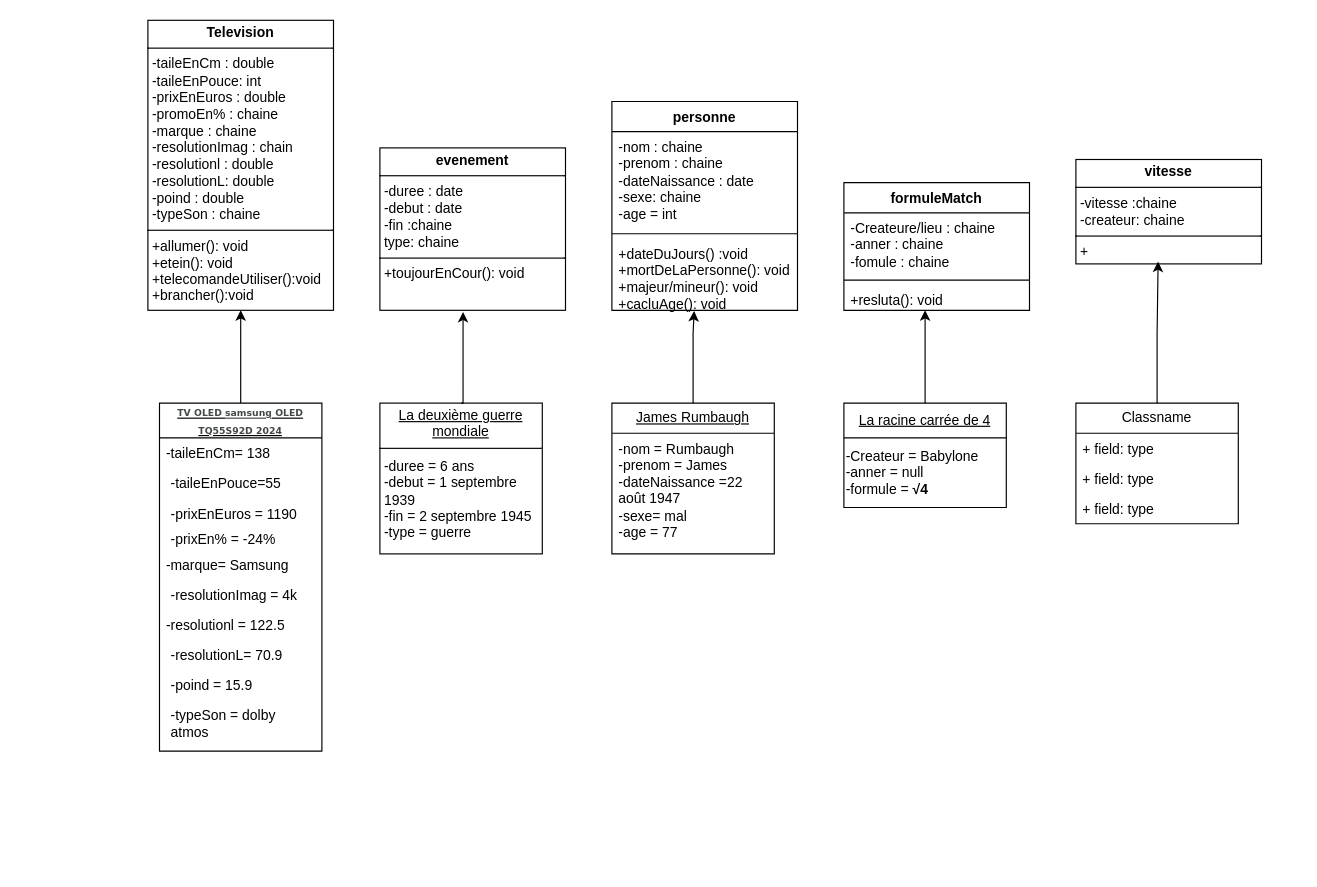
The draw.io diagram 04-Object/exo/2_exo_page_2.drawio in BenjaminHerault/DWWM_2409_HB, before the edit. Source tidied: cells renumbered, new cells numbered last; positions are measured from the earlier drawing's top-left corner, leaving out a move shared by most shapes. Both pictures are drawn from the tidied source at 116%, with x=0, y=0 at pixel (147, 20).
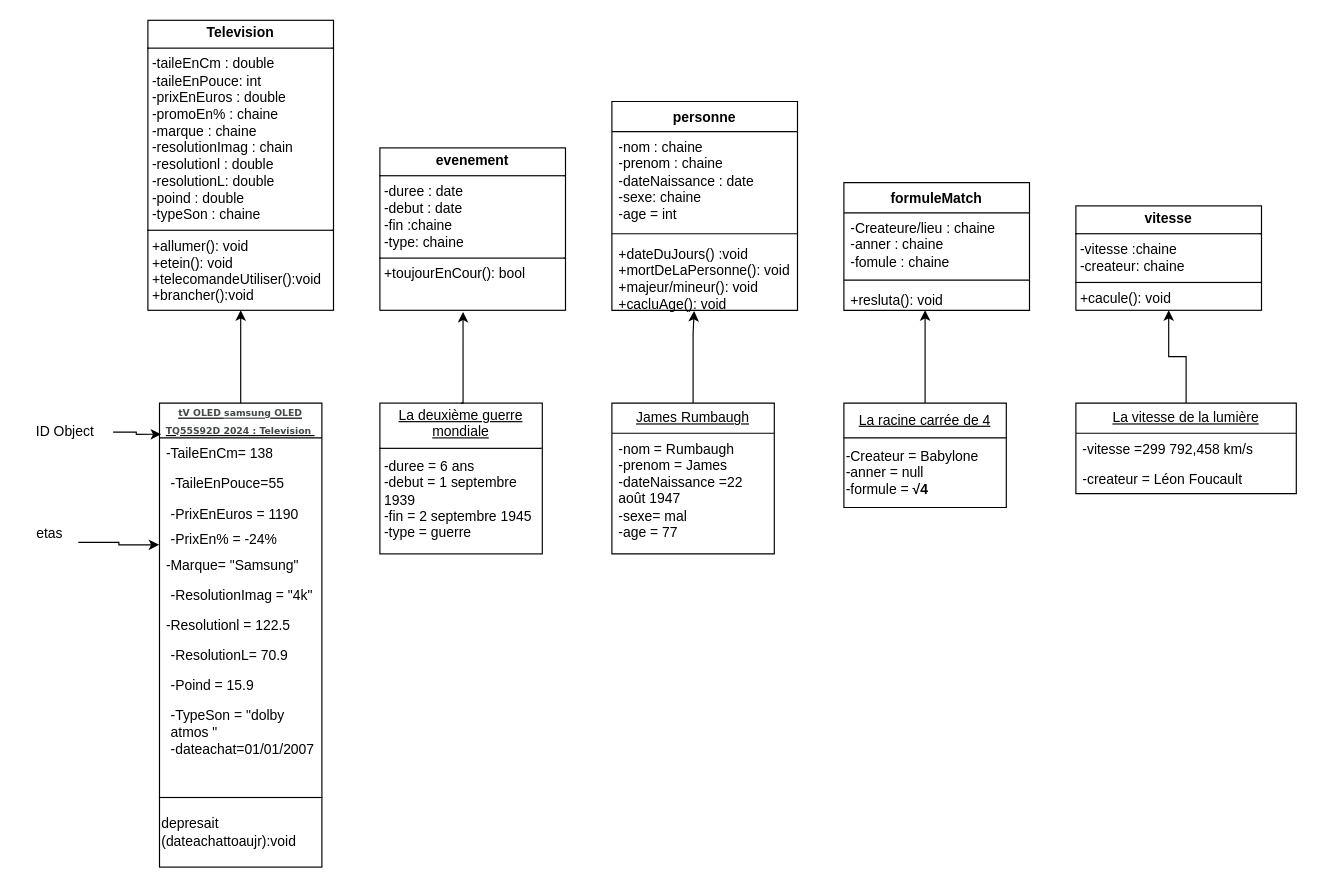
Above is the later version.

Diff of the diagram source:
```diff
@@
-    <mxCell id="4" value="&lt;font style=&quot;font-size: 8px;&quot;&gt;&lt;u&gt;&lt;span style=&quot;color: rgb(67, 71, 72); font-family: Poppins, Poppins-fallback, Verdana, sans-serif; font-weight: 700; text-align: start; background-color: rgb(255, 255, 255);&quot;&gt;TV OLED&amp;nbsp;&lt;/span&gt;&lt;a style=&quot;box-sizing: inherit; background-color: rgb(255, 255, 255); margin: 0px; padding: 0px; border: 0px; font-variant-numeric: inherit; font-variant-east-asian: inherit; font-variant-alternates: inherit; font-variant-position: inherit; font-weight: 700; font-stretch: inherit; line-height: inherit; font-family: Poppins, Poppins-fallback, Verdana, sans-serif; font-optical-sizing: inherit; font-size-adjust: inherit; font-kerning: inherit; font-feature-settings: inherit; font-variation-settings: inherit; color: rgb(67, 71, 72); display: inline-block; text-transform: lowercase; text-align: start;&quot; aria-label=&quot;Voir les produits de la marque SAMSUNG&quot; href=&quot;https://www.boulanger.com/marque/samsung&quot;&gt;SAMSUNG&lt;/a&gt;&lt;span style=&quot;color: rgb(67, 71, 72); font-family: Poppins, Poppins-fallback, Verdana, sans-serif; font-weight: 700; text-align: start; background-color: rgb(255, 255, 255);&quot;&gt;&amp;nbsp;OLED TQ55S92D 2024&lt;/span&gt;&lt;/u&gt;&lt;/font&gt;" style="swimlane;fontStyle=0;horizontal=1;startSize=30;fillColor=none;whiteSpace=wrap;html=1;" parent="1" vertex="1">
-      <mxGeometry x="10" y="330" width="140" height="300" as="geometry" />
+    <mxCell id="4" value="&lt;font style=&quot;font-size: 8px;&quot;&gt;&lt;u&gt;&lt;span style=&quot;color: rgb(67, 71, 72); font-family: Poppins, Poppins-fallback, Verdana, sans-serif; font-weight: 700; text-align: start; background-color: rgb(255, 255, 255);&quot;&gt;tV OLED&amp;nbsp;&lt;/span&gt;&lt;a style=&quot;box-sizing: inherit; background-color: rgb(255, 255, 255); margin: 0px; padding: 0px; border: 0px; font-variant-numeric: inherit; font-variant-east-asian: inherit; font-variant-alternates: inherit; font-variant-position: inherit; font-weight: 700; font-stretch: inherit; line-height: inherit; font-family: Poppins, Poppins-fallback, Verdana, sans-serif; font-optical-sizing: inherit; font-size-adjust: inherit; font-kerning: inherit; font-feature-settings: inherit; font-variation-settings: inherit; color: rgb(67, 71, 72); display: inline-block; text-transform: lowercase; text-align: start;&quot; aria-label=&quot;Voir les produits de la marque SAMSUNG&quot; href=&quot;https://www.boulanger.com/marque/samsung&quot;&gt;SAMSUNG&lt;/a&gt;&lt;span style=&quot;color: rgb(67, 71, 72); font-family: Poppins, Poppins-fallback, Verdana, sans-serif; font-weight: 700; text-align: start; background-color: rgb(255, 255, 255);&quot;&gt;&amp;nbsp;OLED TQ55S92D 2024 : Television&amp;nbsp;&lt;/span&gt;&lt;/u&gt;&lt;/font&gt;" style="swimlane;fontStyle=0;horizontal=1;startSize=30;fillColor=none;whiteSpace=wrap;html=1;" parent="1" vertex="1">
+      <mxGeometry x="10" y="330" width="140" height="340" as="geometry" />
     </mxCell>
-    <mxCell id="5" value="-taileEnCm= 138" style="text;strokeColor=none;fillColor=none;align=left;verticalAlign=top;spacingLeft=4;spacingRight=4;overflow=hidden;whiteSpace=wrap;html=1;" parent="4" vertex="1">
+    <mxCell id="5" value="-TaileEnCm= 138" style="text;strokeColor=none;fillColor=none;align=left;verticalAlign=top;spacingLeft=4;spacingRight=4;overflow=hidden;whiteSpace=wrap;html=1;" parent="4" vertex="1">
       <mxGeometry y="30" width="140" height="26" as="geometry" />
     </mxCell>
-    <mxCell id="6" value="&lt;p style=&quot;margin: 0px 0px 0px 4px;&quot;&gt;-taileEnPouce=55&amp;nbsp;&lt;/p&gt;&lt;div&gt;&lt;br&gt;&lt;/div&gt;" style="text;strokeColor=none;fillColor=none;align=left;verticalAlign=top;spacingLeft=4;spacingRight=4;overflow=hidden;whiteSpace=wrap;html=1;" parent="4" vertex="1">
+    <mxCell id="6" value="&lt;p style=&quot;margin: 0px 0px 0px 4px;&quot;&gt;-TaileEnPouce=55&amp;nbsp;&lt;/p&gt;&lt;div&gt;&lt;br&gt;&lt;/div&gt;" style="text;strokeColor=none;fillColor=none;align=left;verticalAlign=top;spacingLeft=4;spacingRight=4;overflow=hidden;whiteSpace=wrap;html=1;" parent="4" vertex="1">
       <mxGeometry y="56" width="140" height="26" as="geometry" />
     </mxCell>
-    <mxCell id="7" value="&lt;p style=&quot;margin: 0px 0px 0px 4px;&quot;&gt;-prixEnEuros = 1190&amp;nbsp;&lt;/p&gt;&lt;div&gt;&lt;br&gt;&lt;/div&gt;" style="text;strokeColor=none;fillColor=none;align=left;verticalAlign=top;spacingLeft=4;spacingRight=4;overflow=hidden;whiteSpace=wrap;html=1;" parent="4" vertex="1">
+    <mxCell id="7" value="&lt;p style=&quot;margin: 0px 0px 0px 4px;&quot;&gt;-PrixEnEuros = 1190&amp;nbsp;&lt;/p&gt;&lt;div&gt;&lt;br&gt;&lt;/div&gt;" style="text;strokeColor=none;fillColor=none;align=left;verticalAlign=top;spacingLeft=4;spacingRight=4;overflow=hidden;whiteSpace=wrap;html=1;" parent="4" vertex="1">
       <mxGeometry y="82" width="140" height="22" as="geometry" />
     </mxCell>
-    <mxCell id="8" value="&lt;p style=&quot;margin: 0px 0px 0px 4px;&quot;&gt;-prixEn% = -24%&amp;nbsp;&lt;/p&gt;&lt;div&gt;&lt;br&gt;&lt;/div&gt;" style="text;strokeColor=none;fillColor=none;align=left;verticalAlign=top;spacingLeft=4;spacingRight=4;overflow=hidden;points=[[0,0.5],[1,0.5]];portConstraint=eastwest;whiteSpace=wrap;html=1;" parent="4" vertex="1">
+    <mxCell id="8" value="&lt;p style=&quot;margin: 0px 0px 0px 4px;&quot;&gt;-PrixEn% = -24%&amp;nbsp;&lt;/p&gt;&lt;div&gt;&lt;br&gt;&lt;/div&gt;" style="text;strokeColor=none;fillColor=none;align=left;verticalAlign=top;spacingLeft=4;spacingRight=4;overflow=hidden;points=[[0,0.5],[1,0.5]];portConstraint=eastwest;whiteSpace=wrap;html=1;" parent="4" vertex="1">
       <mxGeometry y="104" width="140" height="22" as="geometry" />
     </mxCell>
-    <mxCell id="9" value="-marque= Samsung" style="text;strokeColor=none;fillColor=none;align=left;verticalAlign=top;spacingLeft=4;spacingRight=4;overflow=hidden;whiteSpace=wrap;html=1;" parent="4" vertex="1">
+    <mxCell id="9" value="-Marque= &quot;Samsung&quot;" style="text;strokeColor=none;fillColor=none;align=left;verticalAlign=top;spacingLeft=4;spacingRight=4;overflow=hidden;whiteSpace=wrap;html=1;" parent="4" vertex="1">
       <mxGeometry y="126" width="140" height="26" as="geometry" />
     </mxCell>
-    <mxCell id="10" value="&lt;p style=&quot;margin: 0px 0px 0px 4px;&quot;&gt;-resolutionImag = 4k&amp;nbsp;&lt;/p&gt;&lt;div&gt;&lt;br&gt;&lt;/div&gt;" style="text;strokeColor=none;fillColor=none;align=left;verticalAlign=top;spacingLeft=4;spacingRight=4;overflow=hidden;whiteSpace=wrap;html=1;" parent="4" vertex="1">
+    <mxCell id="10" value="&lt;p style=&quot;margin: 0px 0px 0px 4px;&quot;&gt;-ResolutionImag = &quot;4k&quot;&amp;nbsp;&lt;/p&gt;&lt;div&gt;&lt;br&gt;&lt;/div&gt;" style="text;strokeColor=none;fillColor=none;align=left;verticalAlign=top;spacingLeft=4;spacingRight=4;overflow=hidden;whiteSpace=wrap;html=1;" parent="4" vertex="1">
       <mxGeometry y="152" width="140" height="26" as="geometry" />
     </mxCell>
-    <mxCell id="11" value="-resolutionl = 122.5" style="text;strokeColor=none;fillColor=none;align=left;verticalAlign=top;spacingLeft=4;spacingRight=4;overflow=hidden;whiteSpace=wrap;html=1;" parent="4" vertex="1">
+    <mxCell id="11" value="-Resolutionl = 122.5" style="text;strokeColor=none;fillColor=none;align=left;verticalAlign=top;spacingLeft=4;spacingRight=4;overflow=hidden;whiteSpace=wrap;html=1;" parent="4" vertex="1">
       <mxGeometry y="178" width="140" height="26" as="geometry" />
     </mxCell>
-    <mxCell id="12" value="&lt;p style=&quot;margin: 0px 0px 0px 4px;&quot;&gt;-resolutionL= 70.9&lt;/p&gt;&lt;div&gt;&lt;br&gt;&lt;/div&gt;" style="text;strokeColor=none;fillColor=none;align=left;verticalAlign=top;spacingLeft=4;spacingRight=4;overflow=hidden;whiteSpace=wrap;html=1;" parent="4" vertex="1">
+    <mxCell id="12" value="&lt;p style=&quot;margin: 0px 0px 0px 4px;&quot;&gt;-ResolutionL= 70.9&lt;/p&gt;&lt;div&gt;&lt;br&gt;&lt;/div&gt;" style="text;strokeColor=none;fillColor=none;align=left;verticalAlign=top;spacingLeft=4;spacingRight=4;overflow=hidden;whiteSpace=wrap;html=1;" parent="4" vertex="1">
       <mxGeometry y="204" width="140" height="26" as="geometry" />
     </mxCell>
-    <mxCell id="13" value="&lt;p style=&quot;margin: 0px 0px 0px 4px;&quot;&gt;-poind = 15.9&amp;nbsp;&lt;/p&gt;&lt;div&gt;&lt;br&gt;&lt;/div&gt;" style="text;strokeColor=none;fillColor=none;align=left;verticalAlign=top;spacingLeft=4;spacingRight=4;overflow=hidden;whiteSpace=wrap;html=1;" parent="4" vertex="1">
+    <mxCell id="13" value="&lt;p style=&quot;margin: 0px 0px 0px 4px;&quot;&gt;-Poind = 15.9&amp;nbsp;&lt;/p&gt;&lt;div&gt;&lt;br&gt;&lt;/div&gt;" style="text;strokeColor=none;fillColor=none;align=left;verticalAlign=top;spacingLeft=4;spacingRight=4;overflow=hidden;whiteSpace=wrap;html=1;" parent="4" vertex="1">
       <mxGeometry y="230" width="140" height="26" as="geometry" />
     </mxCell>
-    <mxCell id="14" value="&lt;p style=&quot;margin: 0px 0px 0px 4px;&quot;&gt;-typeSon = dolby atmos&amp;nbsp;&lt;br&gt;&lt;/p&gt;&lt;div&gt;&lt;br&gt;&lt;/div&gt;" style="text;strokeColor=none;fillColor=none;align=left;verticalAlign=top;spacingLeft=4;spacingRight=4;overflow=hidden;whiteSpace=wrap;html=1;" parent="4" vertex="1">
-      <mxGeometry y="256" width="140" height="44" as="geometry" />
+    <mxCell id="14" value="&lt;p style=&quot;margin: 0px 0px 0px 4px;&quot;&gt;-TypeSon = &quot;dolby atmos &quot;&lt;br&gt;&lt;/p&gt;&lt;p style=&quot;margin: 0px 0px 0px 4px;&quot;&gt;-dateachat=01/01/2007&lt;/p&gt;&lt;div&gt;&lt;br&gt;&lt;/div&gt;" style="text;strokeColor=none;fillColor=none;align=left;verticalAlign=top;spacingLeft=4;spacingRight=4;overflow=hidden;whiteSpace=wrap;html=1;" parent="4" vertex="1">
+      <mxGeometry y="256" width="140" height="84" as="geometry" />
     </mxCell>
-    <mxCell id="15" value="&lt;p style=&quot;margin:0px;margin-top:4px;text-align:center;&quot;&gt;&lt;b&gt;evenement&lt;/b&gt;&lt;/p&gt;&lt;hr size=&quot;1&quot; style=&quot;border-style:solid;&quot;&gt;&lt;p style=&quot;margin:0px;margin-left:4px;&quot;&gt;&lt;span style=&quot;background-color: transparent; color: light-dark(rgb(0, 0, 0), rgb(255, 255, 255));&quot;&gt;-duree : date&lt;/span&gt;&lt;br&gt;&lt;/p&gt;&lt;p style=&quot;margin:0px;margin-left:4px;&quot;&gt;-debut : date&lt;/p&gt;&lt;p style=&quot;margin:0px;margin-left:4px;&quot;&gt;-fin :chaine&amp;nbsp;&lt;/p&gt;&lt;p style=&quot;margin:0px;margin-left:4px;&quot;&gt;type: chaine&lt;/p&gt;&lt;hr size=&quot;1&quot; style=&quot;border-style:solid;&quot;&gt;&lt;p style=&quot;margin:0px;margin-left:4px;&quot;&gt;+toujourEnCour(): void&lt;/p&gt;&lt;p style=&quot;margin:0px;margin-left:4px;&quot;&gt;&lt;br&gt;&lt;/p&gt;" style="verticalAlign=top;align=left;overflow=fill;html=1;whiteSpace=wrap;" parent="1" vertex="1">
+    <mxCell id="15" value="&lt;p style=&quot;margin:0px;margin-top:4px;text-align:center;&quot;&gt;&lt;b&gt;evenement&lt;/b&gt;&lt;/p&gt;&lt;hr size=&quot;1&quot; style=&quot;border-style:solid;&quot;&gt;&lt;p style=&quot;margin:0px;margin-left:4px;&quot;&gt;&lt;span style=&quot;background-color: transparent; color: light-dark(rgb(0, 0, 0), rgb(255, 255, 255));&quot;&gt;-duree : date&lt;/span&gt;&lt;br&gt;&lt;/p&gt;&lt;p style=&quot;margin:0px;margin-left:4px;&quot;&gt;-debut : date&lt;/p&gt;&lt;p style=&quot;margin:0px;margin-left:4px;&quot;&gt;-fin :chaine&amp;nbsp;&lt;/p&gt;&lt;p style=&quot;margin:0px;margin-left:4px;&quot;&gt;-type: chaine&lt;/p&gt;&lt;hr size=&quot;1&quot; style=&quot;border-style:solid;&quot;&gt;&lt;p style=&quot;margin:0px;margin-left:4px;&quot;&gt;+toujourEnCour(): bool&lt;/p&gt;&lt;p style=&quot;margin:0px;margin-left:4px;&quot;&gt;&lt;br&gt;&lt;/p&gt;" style="verticalAlign=top;align=left;overflow=fill;html=1;whiteSpace=wrap;" parent="1" vertex="1">
       <mxGeometry x="200" y="110" width="160" height="140" as="geometry" />
     </mxCell>
@@
-    <mxCell id="32" value="&lt;p style=&quot;margin:0px;margin-top:4px;text-align:center;&quot;&gt;&lt;b&gt;vitesse&lt;/b&gt;&lt;/p&gt;&lt;hr size=&quot;1&quot; style=&quot;border-style:solid;&quot;&gt;&lt;p style=&quot;margin:0px;margin-left:4px;&quot;&gt;-vitesse :chaine&amp;nbsp;&lt;/p&gt;&lt;p style=&quot;margin:0px;margin-left:4px;&quot;&gt;-createur: chaine&lt;/p&gt;&lt;hr size=&quot;1&quot; style=&quot;border-style:solid;&quot;&gt;&lt;p style=&quot;margin:0px;margin-left:4px;&quot;&gt;+&lt;/p&gt;" style="verticalAlign=top;align=left;overflow=fill;html=1;whiteSpace=wrap;" parent="1" vertex="1">
-      <mxGeometry x="800" y="120" width="160" height="90" as="geometry" />
+    <mxCell id="32" value="&lt;p style=&quot;margin:0px;margin-top:4px;text-align:center;&quot;&gt;&lt;b&gt;vitesse&lt;/b&gt;&lt;/p&gt;&lt;hr size=&quot;1&quot; style=&quot;border-style:solid;&quot;&gt;&lt;p style=&quot;margin:0px;margin-left:4px;&quot;&gt;-vitesse :chaine&amp;nbsp;&lt;/p&gt;&lt;p style=&quot;margin:0px;margin-left:4px;&quot;&gt;-createur: chaine&lt;/p&gt;&lt;hr size=&quot;1&quot; style=&quot;border-style:solid;&quot;&gt;&lt;p style=&quot;margin:0px;margin-left:4px;&quot;&gt;+cacule(): void&amp;nbsp;&lt;/p&gt;" style="verticalAlign=top;align=left;overflow=fill;html=1;whiteSpace=wrap;" parent="1" vertex="1">
+      <mxGeometry x="800" y="160" width="160" height="90" as="geometry" />
     </mxCell>
+    <mxCell id="37" style="edgeStyle=orthogonalEdgeStyle;rounded=0;jettySize=auto;html=1;" parent="1" edge="1" source="33" target="32">
+      <mxGeometry relative="1" as="geometry" />
+    </mxCell>
-    <mxCell id="33" value="Classname" style="swimlane;fontStyle=0;horizontal=1;startSize=26;fillColor=none;whiteSpace=wrap;html=1;" parent="1" vertex="1">
-      <mxGeometry x="800" y="330" width="140" height="104" as="geometry" />
+    <mxCell id="33" value="&lt;u&gt;La vitesse de la lumière&lt;/u&gt;" style="swimlane;fontStyle=0;horizontal=1;startSize=26;fillColor=none;whiteSpace=wrap;html=1;" parent="1" vertex="1">
+      <mxGeometry x="800" y="330" width="190" height="78" as="geometry" />
     </mxCell>
-    <mxCell id="34" value="+ field: type" style="text;strokeColor=none;fillColor=none;align=left;verticalAlign=top;spacingLeft=4;spacingRight=4;overflow=hidden;whiteSpace=wrap;html=1;" parent="33" vertex="1">
-      <mxGeometry y="26" width="140" height="26" as="geometry" />
+    <mxCell id="34" value="-vitesse =299 792,458 km/s" style="text;strokeColor=none;fillColor=none;align=left;verticalAlign=top;spacingLeft=4;spacingRight=4;overflow=hidden;whiteSpace=wrap;html=1;" parent="33" vertex="1">
+      <mxGeometry y="26" width="190" height="26" as="geometry" />
     </mxCell>
-    <mxCell id="35" value="+ field: type" style="text;strokeColor=none;fillColor=none;align=left;verticalAlign=top;spacingLeft=4;spacingRight=4;overflow=hidden;whiteSpace=wrap;html=1;" parent="33" vertex="1">
-      <mxGeometry y="52" width="140" height="26" as="geometry" />
+    <mxCell id="35" value="-createur =&amp;nbsp;Léon Foucault" style="text;strokeColor=none;fillColor=none;align=left;verticalAlign=top;spacingLeft=4;spacingRight=4;overflow=hidden;whiteSpace=wrap;html=1;" parent="33" vertex="1">
+      <mxGeometry y="52" width="190" height="26" as="geometry" />
     </mxCell>
-    <mxCell id="36" value="+ field: type" style="text;strokeColor=none;fillColor=none;align=left;verticalAlign=top;spacingLeft=4;spacingRight=4;overflow=hidden;whiteSpace=wrap;html=1;" parent="33" vertex="1">
-      <mxGeometry y="78" width="140" height="26" as="geometry" />
-    </mxCell>
-    <mxCell id="37" style="edgeStyle=orthogonalEdgeStyle;rounded=0;jettySize=auto;html=1;entryX=0.443;entryY=0.978;entryDx=0;entryDy=0;entryPerimeter=0;" parent="1" edge="1" source="33" target="32">
-      <mxGeometry relative="1" as="geometry" />
-    </mxCell>
+    <mxCell id="38" value="ID Object&amp;nbsp;" style="text;html=1;align=center;verticalAlign=middle;points=[];strokeColor=none;fillColor=none;" parent="1" vertex="1">
+      <mxGeometry x="-110" y="340" width="80" height="30" as="geometry" />
+    </mxCell>
+    <mxCell id="39" value="etas&lt;div&gt;&lt;br&gt;&lt;/div&gt;" style="text;html=1;align=center;verticalAlign=middle;points=[];strokeColor=none;fillColor=none;" parent="1" vertex="1">
+      <mxGeometry x="-110" y="430" width="50" height="40" as="geometry" />
+    </mxCell>
+    <mxCell id="40" style="edgeStyle=orthogonalEdgeStyle;rounded=0;jettySize=auto;html=1;entryX=0.01;entryY=0.079;entryDx=0;entryDy=0;entryPerimeter=0;" parent="1" edge="1" source="38" target="4">
+      <mxGeometry relative="1" as="geometry" />
+    </mxCell>
+    <mxCell id="41" style="edgeStyle=orthogonalEdgeStyle;rounded=0;jettySize=auto;html=1;entryX=-0.002;entryY=0.826;entryDx=0;entryDy=0;entryPerimeter=0;" parent="1" edge="1" source="39" target="8">
+      <mxGeometry relative="1" as="geometry" />
+    </mxCell>
+    <mxCell id="42" value="depresait (dateachattoaujr):void" style="whiteSpace=wrap;html=1;align=left;" parent="1" vertex="1">
+      <mxGeometry x="10" y="670" width="140" height="60" as="geometry" />
+    </mxCell>
```
